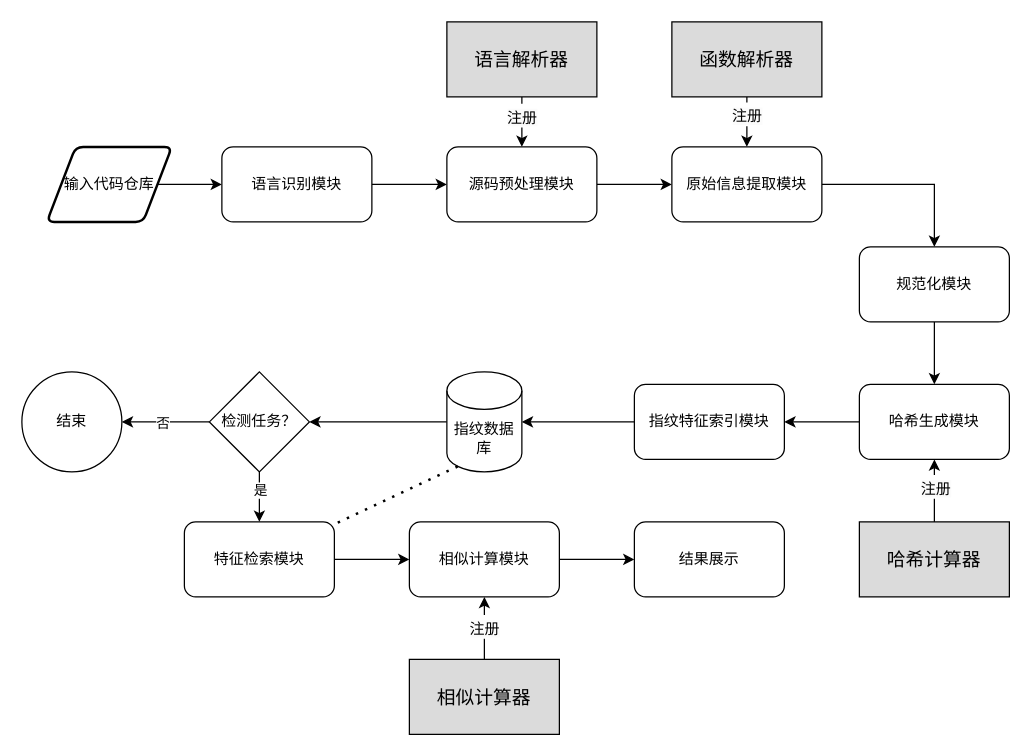
Above: 系统实现图.drawio in wanghaoxu001/cloudimg (draw.io), before the change. Source tidied: cells renumbered, new cells numbered last; positions are measured from the earlier drawing's top-left corner, leaving out a move shared by most shapes. Both pictures are drawn from the tidied source at 125%, with x=0, y=0 at pixel (21, 21).
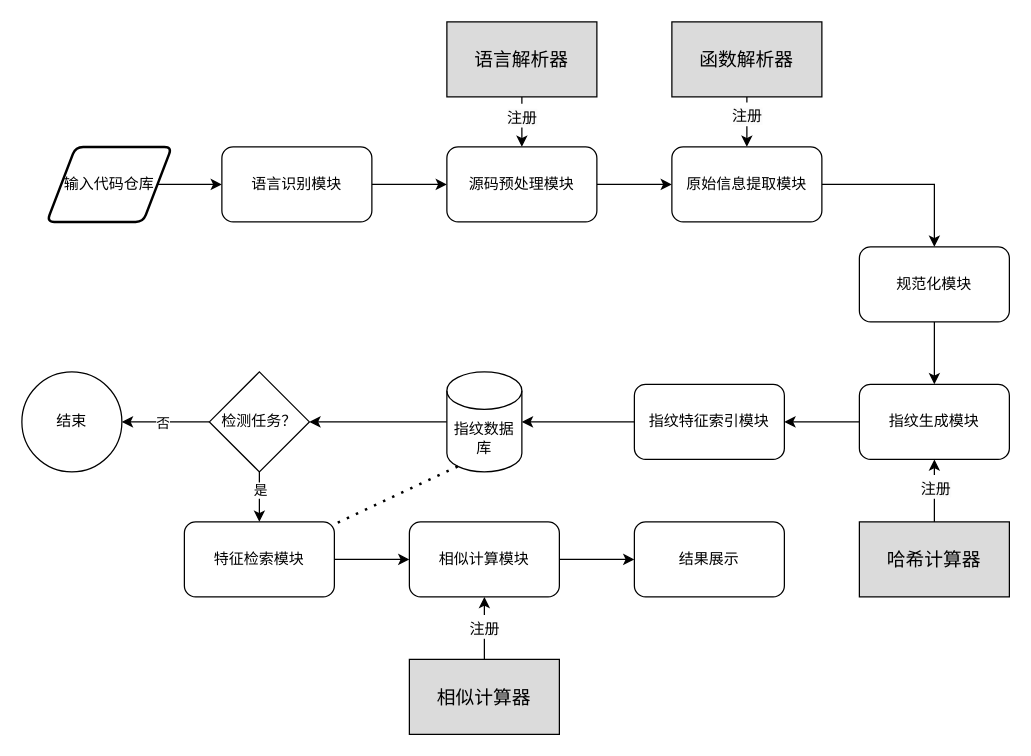
The same page after the edit.

Commit message:
更新系统实现图.drawio

The edit, as a diff of the source:
```diff
@@
-    <mxCell id="13" value="哈希生成模块" style="rounded=1;whiteSpace=wrap;html=1;" parent="1" vertex="1">
+    <mxCell id="13" value="指纹生成模块" style="rounded=1;whiteSpace=wrap;html=1;" parent="1" vertex="1">
       <mxGeometry x="670" y="290" width="120" height="60" as="geometry" />
     </mxCell>
```
